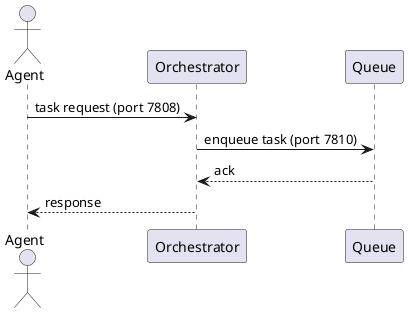
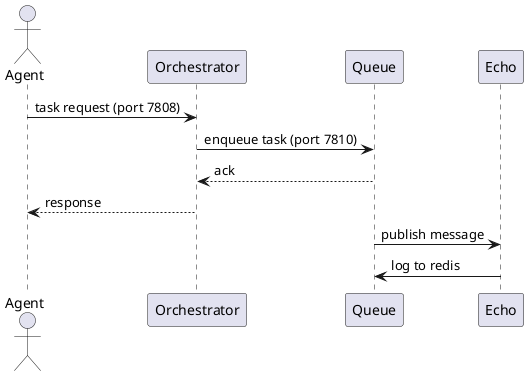
@startuml
actor Agent
participant Orchestrator
participant Queue
+ participant Echo

Agent -> Orchestrator: task request (port 7808)
Orchestrator -> Queue: enqueue task (port 7810)
Queue --> Orchestrator: ack
Orchestrator --> Agent: response
+ Queue -> Echo: publish message
+ Echo -> Queue: log to redis
@enduml
